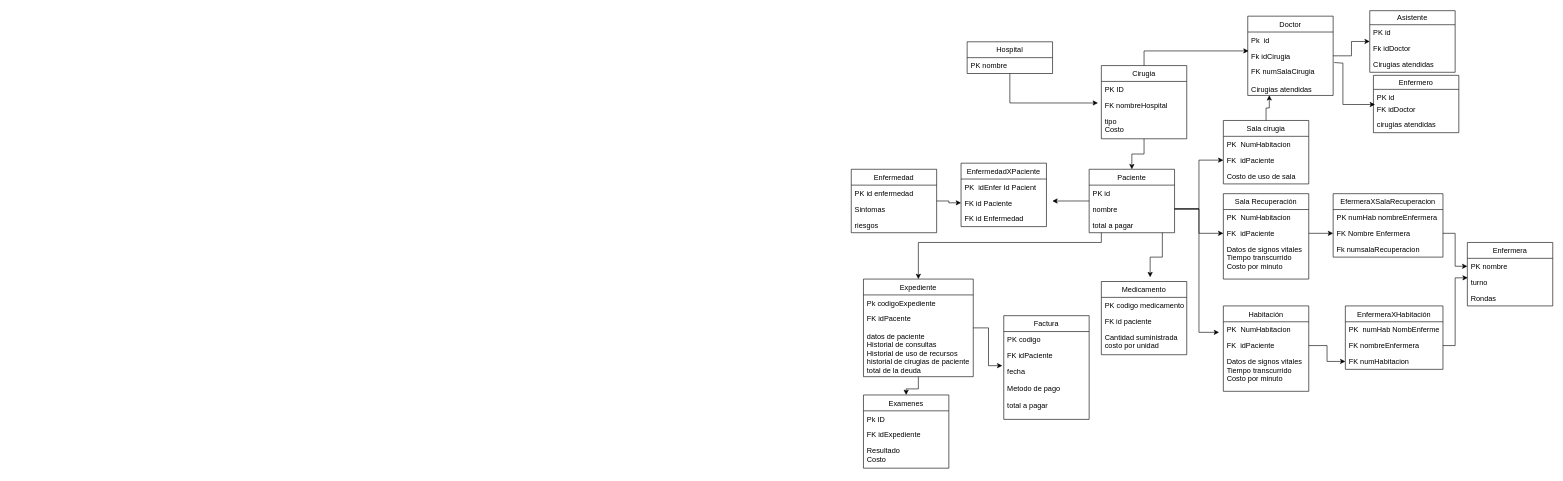
Above: Untitled Diagram.drawio in AlexAlvCe/Modelos-Diagramas-bases1 (draw.io), before the change. Source tidied: cells renumbered, new cells numbered last; positions are measured from the earlier drawing's top-left corner, leaving out a move shared by most shapes. Both pictures are drawn from the tidied source at 61%, with x=0, y=0 at pixel (851, 10).
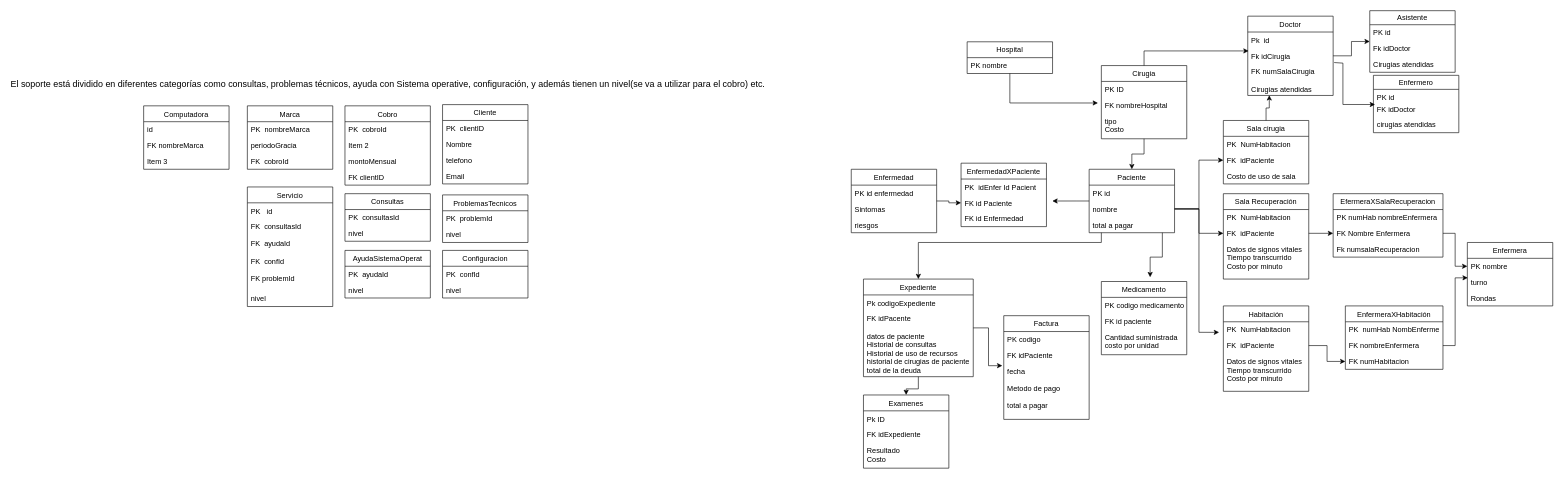
After the change.

What changed in the source:
```diff
@@
+    <mxCell id="91" value="Computadora" style="swimlane;fontStyle=0;horizontal=1;startSize=26;fillColor=none;" parent="1" vertex="1">
+      <mxGeometry x="-1160" y="156" width="140" height="104" as="geometry" />
+    </mxCell>
+    <mxCell id="92" value="id" style="text;strokeColor=none;fillColor=none;align=left;verticalAlign=top;spacingLeft=4;spacingRight=4;overflow=hidden;" parent="91" vertex="1">
+      <mxGeometry y="26" width="140" height="26" as="geometry" />
+    </mxCell>
+    <mxCell id="93" value="FK nombreMarca" style="text;strokeColor=none;fillColor=none;align=left;verticalAlign=top;spacingLeft=4;spacingRight=4;overflow=hidden;" parent="91" vertex="1">
+      <mxGeometry y="52" width="140" height="26" as="geometry" />
+    </mxCell>
+    <mxCell id="94" value="Item 3" style="text;strokeColor=none;fillColor=none;align=left;verticalAlign=top;spacingLeft=4;spacingRight=4;overflow=hidden;" parent="91" vertex="1">
+      <mxGeometry y="78" width="140" height="26" as="geometry" />
+    </mxCell>
+    <mxCell id="95" value="Consultas" style="swimlane;fontStyle=0;horizontal=1;startSize=26;fillColor=none;" parent="1" vertex="1">
+      <mxGeometry x="-830" y="300" width="140" height="78" as="geometry" />
+    </mxCell>
+    <mxCell id="96" value="PK  consultasId" style="text;strokeColor=none;fillColor=none;align=left;verticalAlign=top;spacingLeft=4;spacingRight=4;overflow=hidden;" parent="95" vertex="1">
+      <mxGeometry y="26" width="140" height="26" as="geometry" />
+    </mxCell>
+    <mxCell id="97" value="nivel" style="text;strokeColor=none;fillColor=none;align=left;verticalAlign=top;spacingLeft=4;spacingRight=4;overflow=hidden;" parent="95" vertex="1">
+      <mxGeometry y="52" width="140" height="26" as="geometry" />
+    </mxCell>
+    <mxCell id="98" value="Cobro" style="swimlane;fontStyle=0;horizontal=1;startSize=26;fillColor=none;" parent="1" vertex="1">
+      <mxGeometry x="-830" y="156" width="140" height="130" as="geometry" />
+    </mxCell>
+    <mxCell id="99" value="PK  cobroId" style="text;strokeColor=none;fillColor=none;align=left;verticalAlign=top;spacingLeft=4;spacingRight=4;overflow=hidden;" parent="98" vertex="1">
+      <mxGeometry y="26" width="140" height="26" as="geometry" />
+    </mxCell>
+    <mxCell id="100" value="Item 2" style="text;strokeColor=none;fillColor=none;align=left;verticalAlign=top;spacingLeft=4;spacingRight=4;overflow=hidden;" parent="98" vertex="1">
+      <mxGeometry y="52" width="140" height="26" as="geometry" />
+    </mxCell>
+    <mxCell id="101" value="montoMensual" style="text;strokeColor=none;fillColor=none;align=left;verticalAlign=top;spacingLeft=4;spacingRight=4;overflow=hidden;" parent="98" vertex="1">
+      <mxGeometry y="78" width="140" height="26" as="geometry" />
+    </mxCell>
+    <mxCell id="102" value="FK clientID" style="text;strokeColor=none;fillColor=none;align=left;verticalAlign=top;spacingLeft=4;spacingRight=4;overflow=hidden;" parent="98" vertex="1">
+      <mxGeometry y="104" width="140" height="26" as="geometry" />
+    </mxCell>
+    <mxCell id="103" value="Marca" style="swimlane;fontStyle=0;horizontal=1;startSize=26;fillColor=none;" parent="1" vertex="1">
+      <mxGeometry x="-990" y="156" width="140" height="104" as="geometry" />
+    </mxCell>
+    <mxCell id="104" value="PK  nombreMarca" style="text;strokeColor=none;fillColor=none;align=left;verticalAlign=top;spacingLeft=4;spacingRight=4;overflow=hidden;" parent="103" vertex="1">
+      <mxGeometry y="26" width="140" height="26" as="geometry" />
+    </mxCell>
+    <mxCell id="105" value="periodoGracia" style="text;strokeColor=none;fillColor=none;align=left;verticalAlign=top;spacingLeft=4;spacingRight=4;overflow=hidden;" parent="103" vertex="1">
+      <mxGeometry y="52" width="140" height="26" as="geometry" />
+    </mxCell>
+    <mxCell id="106" value="FK  cobroId" style="text;strokeColor=none;fillColor=none;align=left;verticalAlign=top;spacingLeft=4;spacingRight=4;overflow=hidden;" parent="103" vertex="1">
+      <mxGeometry y="78" width="140" height="26" as="geometry" />
+    </mxCell>
+    <mxCell id="107" value="Cliente" style="swimlane;fontStyle=0;horizontal=1;startSize=26;fillColor=none;" parent="1" vertex="1">
+      <mxGeometry x="-670" y="154" width="140" height="130" as="geometry" />
+    </mxCell>
+    <mxCell id="108" value="PK  clientID" style="text;strokeColor=none;fillColor=none;align=left;verticalAlign=top;spacingLeft=4;spacingRight=4;overflow=hidden;" parent="107" vertex="1">
+      <mxGeometry y="26" width="140" height="26" as="geometry" />
+    </mxCell>
+    <mxCell id="109" value="Nombre" style="text;strokeColor=none;fillColor=none;align=left;verticalAlign=top;spacingLeft=4;spacingRight=4;overflow=hidden;" parent="107" vertex="1">
+      <mxGeometry y="52" width="140" height="26" as="geometry" />
+    </mxCell>
+    <mxCell id="110" value="telefono" style="text;strokeColor=none;fillColor=none;align=left;verticalAlign=top;spacingLeft=4;spacingRight=4;overflow=hidden;" parent="107" vertex="1">
+      <mxGeometry y="78" width="140" height="26" as="geometry" />
+    </mxCell>
+    <mxCell id="111" value="Email" style="text;strokeColor=none;fillColor=none;align=left;verticalAlign=top;spacingLeft=4;spacingRight=4;overflow=hidden;" parent="107" vertex="1">
+      <mxGeometry y="104" width="140" height="26" as="geometry" />
+    </mxCell>
+    <mxCell id="112" value="&lt;span style=&quot;font-family: &amp;#34;calibri&amp;#34; , sans-serif ; font-size: 14.6667px ; background-color: rgb(255 , 255 , 255)&quot;&gt; El soporte está dividido en diferentes categorías como consultas, problemas técnicos, ayuda con Sistema operative, configuración, y además tienen un nivel(se va a utilizar para el cobro) etc.&lt;/span&gt;" style="text;html=1;align=center;verticalAlign=middle;" parent="1" vertex="1">
+      <mxGeometry x="-1330" y="110" width="1140" height="20" as="geometry" />
+    </mxCell>
+    <mxCell id="113" value="ProblemasTecnicos" style="swimlane;fontStyle=0;horizontal=1;startSize=26;fillColor=none;" parent="1" vertex="1">
+      <mxGeometry x="-670" y="302" width="140" height="78" as="geometry" />
+    </mxCell>
+    <mxCell id="114" value="PK  problemId" style="text;strokeColor=none;fillColor=none;align=left;verticalAlign=top;spacingLeft=4;spacingRight=4;overflow=hidden;" parent="113" vertex="1">
+      <mxGeometry y="26" width="140" height="26" as="geometry" />
+    </mxCell>
+    <mxCell id="115" value="nivel" style="text;strokeColor=none;fillColor=none;align=left;verticalAlign=top;spacingLeft=4;spacingRight=4;overflow=hidden;" parent="113" vertex="1">
+      <mxGeometry y="52" width="140" height="26" as="geometry" />
+    </mxCell>
+    <mxCell id="116" value="AyudaSistemaOperat" style="swimlane;fontStyle=0;horizontal=1;startSize=26;fillColor=none;" parent="1" vertex="1">
+      <mxGeometry x="-830" y="393" width="140" height="78" as="geometry" />
+    </mxCell>
+    <mxCell id="117" value="PK  ayudaId" style="text;strokeColor=none;fillColor=none;align=left;verticalAlign=top;spacingLeft=4;spacingRight=4;overflow=hidden;" parent="116" vertex="1">
+      <mxGeometry y="26" width="140" height="26" as="geometry" />
+    </mxCell>
+    <mxCell id="118" value="nivel" style="text;strokeColor=none;fillColor=none;align=left;verticalAlign=top;spacingLeft=4;spacingRight=4;overflow=hidden;" parent="116" vertex="1">
+      <mxGeometry y="52" width="140" height="26" as="geometry" />
+    </mxCell>
+    <mxCell id="119" value="Configuracion" style="swimlane;fontStyle=0;horizontal=1;startSize=26;fillColor=none;" parent="1" vertex="1">
+      <mxGeometry x="-670" y="393" width="140" height="78" as="geometry" />
+    </mxCell>
+    <mxCell id="120" value="PK  confId" style="text;strokeColor=none;fillColor=none;align=left;verticalAlign=top;spacingLeft=4;spacingRight=4;overflow=hidden;" parent="119" vertex="1">
+      <mxGeometry y="26" width="140" height="26" as="geometry" />
+    </mxCell>
+    <mxCell id="121" value="nivel" style="text;strokeColor=none;fillColor=none;align=left;verticalAlign=top;spacingLeft=4;spacingRight=4;overflow=hidden;" parent="119" vertex="1">
+      <mxGeometry y="52" width="140" height="26" as="geometry" />
+    </mxCell>
+    <mxCell id="122" value="Servicio" style="swimlane;fontStyle=0;horizontal=1;startSize=26;fillColor=none;" parent="1" vertex="1">
+      <mxGeometry x="-990" y="289" width="140" height="196" as="geometry" />
+    </mxCell>
+    <mxCell id="123" value="PK   id" style="text;strokeColor=none;fillColor=none;align=left;verticalAlign=top;spacingLeft=4;spacingRight=4;overflow=hidden;" parent="122" vertex="1">
+      <mxGeometry y="26" width="140" height="26" as="geometry" />
+    </mxCell>
+    <mxCell id="124" value="FK  consultasId&#10;&#10;FK  ayudaId&#10;&#10;FK  confId&#10;&#10;FK problemId" style="text;strokeColor=none;fillColor=none;align=left;verticalAlign=top;spacingLeft=4;spacingRight=4;overflow=hidden;" parent="122" vertex="1">
+      <mxGeometry y="52" width="140" height="118" as="geometry" />
+    </mxCell>
+    <mxCell id="125" value="nivel" style="text;strokeColor=none;fillColor=none;align=left;verticalAlign=top;spacingLeft=4;spacingRight=4;overflow=hidden;" parent="122" vertex="1">
+      <mxGeometry y="170" width="140" height="26" as="geometry" />
+    </mxCell>
```
